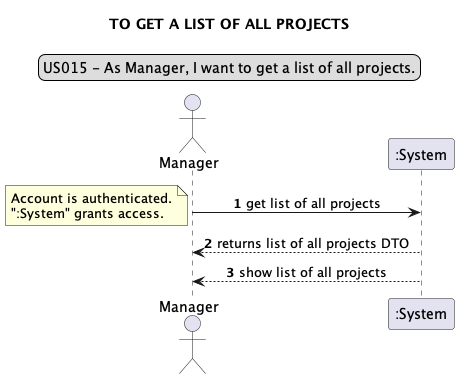
Loracline/project_switch_22-23 keeps this PlantUML diagram as docs/requirements_gathering/system_sequence_diagrams/sprint02/SSD015-TO_GET_A_LIST_OF_ALL_PROJECTS.png. Above is the earlier version.
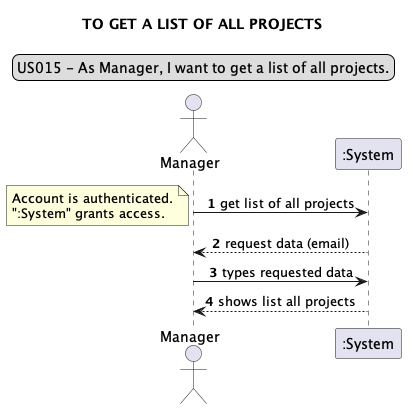
The same file after the commit.

Commit message:
No US number: Design: SSD's | Update System Sequence Diagram and png files according to new version

The edit, as a diff of the source:
```diff
@@ -11,6 +11,7 @@
 Account is authenticated.
 ":System" grants access.
 end note
-"Manager" <-- ":System": returns list of all projects DTO
-"Manager" <-- ":System": show list of all projects
+"Manager" <-- ":System": request data (email)
+"Manager" -> ":System": types requested data
+"Manager" <-- ":System": shows list all projects
 @enduml
```
